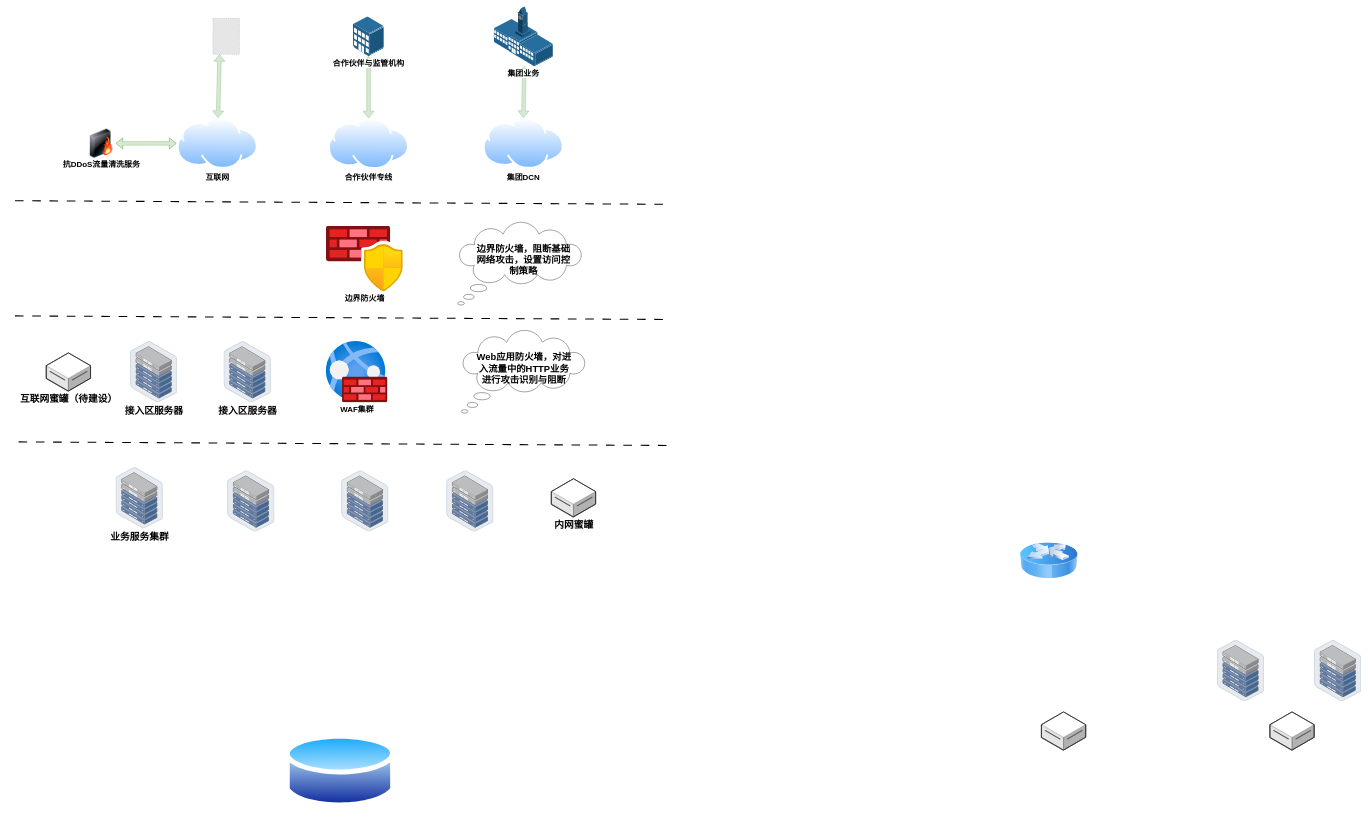
The draw.io diagram 网络安全防护.drawio in razor/1102_decoration, before the edit. Source tidied: cells renumbered, new cells numbered last; positions are measured from the earlier drawing's top-left corner, leaving out a move shared by most shapes. Both pictures are drawn from the tidied source at 36%, with x=0, y=0 at pixel (15, 6). Pictures stored in the file or linked from it are replaced by grey dashed boxes.
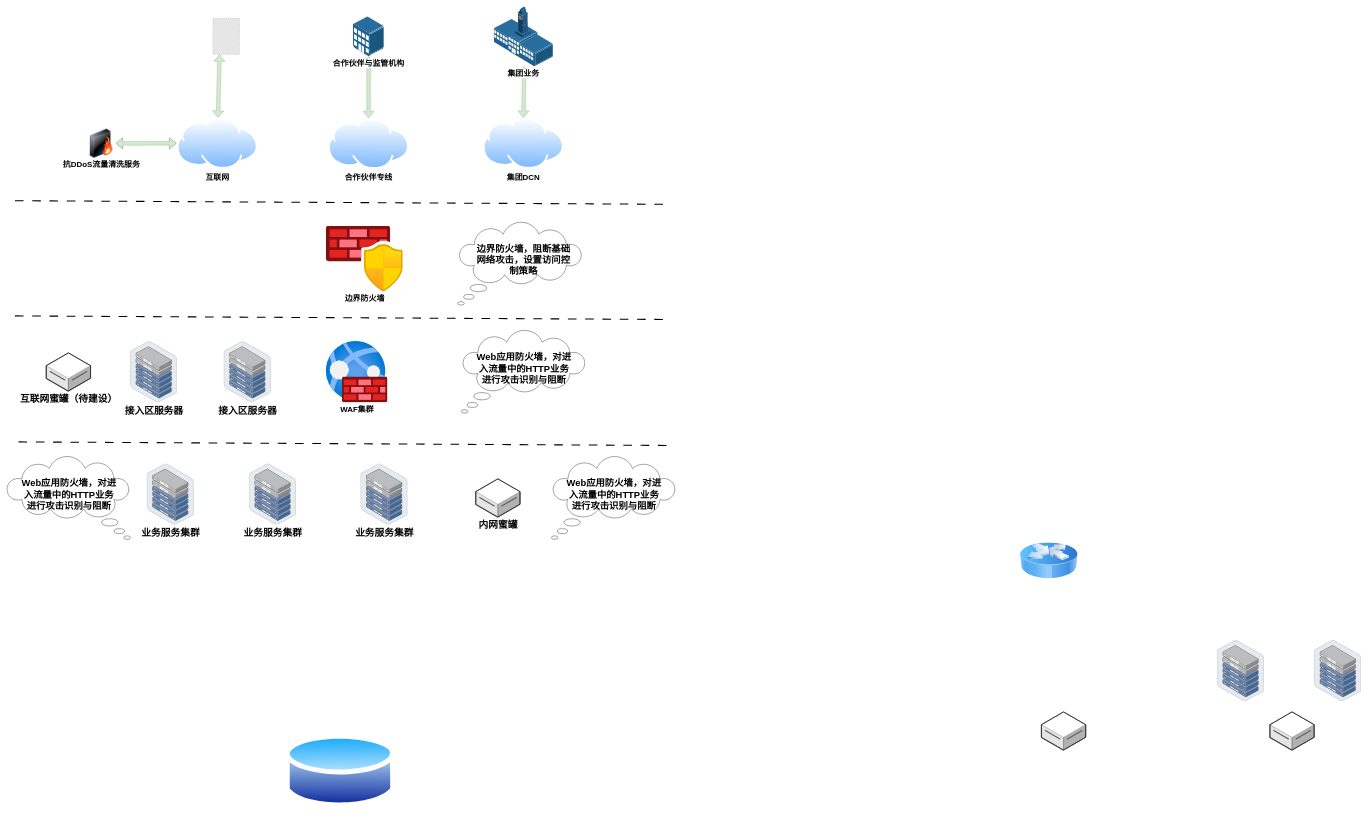
The same page after the edit.

Commit message (it also covers changes not shown here):
更新网络安全防护.drawio

Change to the diagram source:
```diff
@@
     <mxCell id="16" value="&lt;b&gt;&lt;font style=&quot;font-size: 27px;&quot;&gt;业务服务集群&lt;/font&gt;&lt;/b&gt;" style="image;html=1;align=center;shadow=0;dashed=0;image=img/lib/allied_telesis/storage/Datacenter_Server_Half_Rack_ToR.svg;" parent="1" vertex="1">
-      <mxGeometry x="280" y="1280" width="131.3" height="170.6" as="geometry" />
+      <mxGeometry x="366.1" y="1270" width="131.3" height="170.6" as="geometry" />
     </mxCell>
-    <mxCell id="17" style="image;html=1;align=center;shadow=0;dashed=0;image=img/lib/allied_telesis/storage/Datacenter_Server_Half_Rack_ToR.svg;" parent="1" vertex="1">
-      <mxGeometry x="590" y="1289" width="131.3" height="170.6" as="geometry" />
-    </mxCell>
-    <mxCell id="18" style="image;html=1;align=center;shadow=0;dashed=0;image=img/lib/allied_telesis/storage/Datacenter_Server_Half_Rack_ToR.svg;" parent="1" vertex="1">
-      <mxGeometry x="906.7" y="1289" width="131.3" height="170.6" as="geometry" />
-    </mxCell>
-    <mxCell id="19" style="image;html=1;align=center;shadow=0;dashed=0;image=img/lib/allied_telesis/storage/Datacenter_Server_Half_Rack_ToR.svg;" parent="1" vertex="1">
-      <mxGeometry x="1198.5" y="1289" width="131.3" height="170.6" as="geometry" />
-    </mxCell>
@@
     <mxCell id="23" value="&lt;b&gt;&lt;font style=&quot;font-size: 27px;&quot;&gt;内网蜜罐&lt;/font&gt;&lt;/b&gt;" style="verticalLabelPosition=bottom;html=1;verticalAlign=top;strokeWidth=1;align=center;dashed=0;shape=mxgraph.aws3d.dataServer;strokeColor=#5E5E5E;" parent="1" vertex="1">
-      <mxGeometry x="1490" y="1312.3" width="123" height="106" as="geometry" />
+      <mxGeometry x="1280" y="1312.7" width="123" height="106" as="geometry" />
     </mxCell>
@@
+    <mxCell id="34" value="&lt;span style=&quot;font-size: 26px;&quot;&gt;&lt;b&gt;Web应用防火墙，对进入流量中的HTTP业务进行攻击识别与阻断&lt;/b&gt;&lt;/span&gt;" style="whiteSpace=wrap;html=1;shape=mxgraph.basic.cloud_callout;spacingLeft=40;spacing=2;spacingBottom=19;spacingRight=37;" parent="1" vertex="1">
+      <mxGeometry x="1490" y="1250.7" width="345" height="230" as="geometry" />
+    </mxCell>
+    <mxCell id="35" value="&lt;b&gt;&lt;font style=&quot;font-size: 27px;&quot;&gt;业务服务集群&lt;/font&gt;&lt;/b&gt;" style="image;html=1;align=center;shadow=0;dashed=0;image=img/lib/allied_telesis/storage/Datacenter_Server_Half_Rack_ToR.svg;" parent="1" vertex="1">
+      <mxGeometry x="650" y="1270" width="131.3" height="170.6" as="geometry" />
+    </mxCell>
+    <mxCell id="36" value="&lt;b&gt;&lt;font style=&quot;font-size: 27px;&quot;&gt;业务服务集群&lt;/font&gt;&lt;/b&gt;" style="image;html=1;align=center;shadow=0;dashed=0;image=img/lib/allied_telesis/storage/Datacenter_Server_Half_Rack_ToR.svg;" parent="1" vertex="1">
+      <mxGeometry x="960" y="1270" width="131.3" height="170.6" as="geometry" />
+    </mxCell>
+    <mxCell id="37" value="&lt;span style=&quot;font-size: 26px;&quot;&gt;&lt;b&gt;Web应用防火墙，对进入流量中的HTTP业务进行攻击识别与阻断&lt;/b&gt;&lt;/span&gt;" style="whiteSpace=wrap;html=1;shape=mxgraph.basic.cloud_callout;spacingLeft=40;spacing=2;spacingBottom=19;spacingRight=37;flipH=1;" parent="1" vertex="1">
+      <mxGeometry x="-24" y="1250.7" width="345" height="230" as="geometry" />
+    </mxCell>
```
